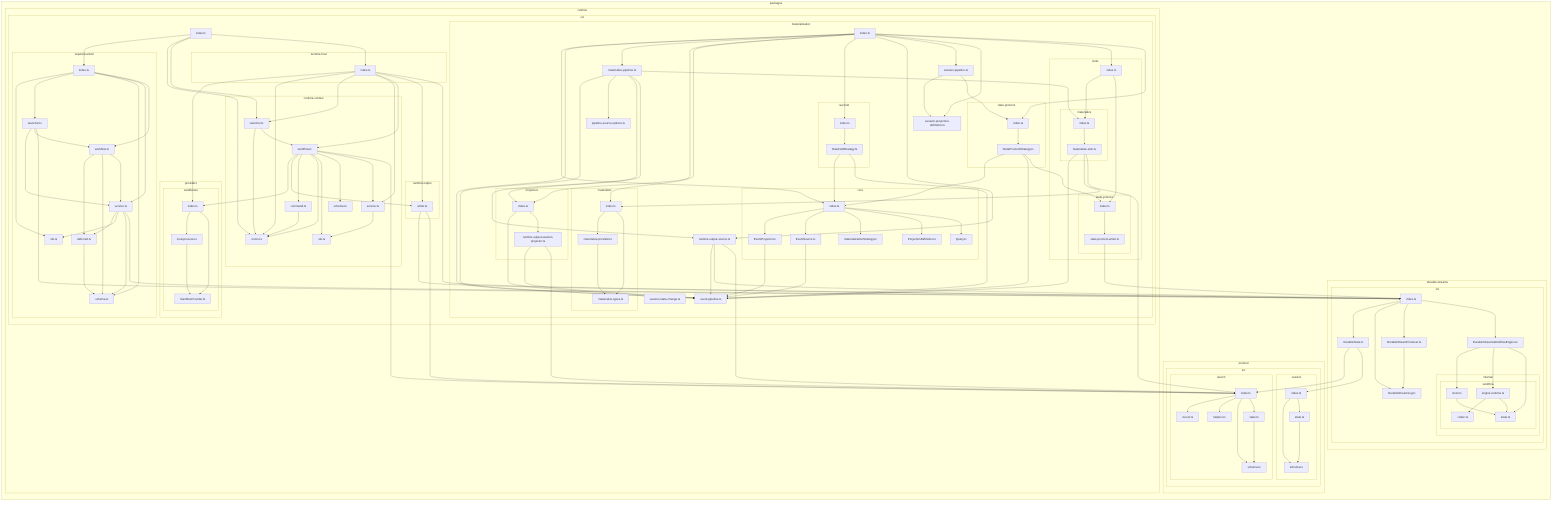
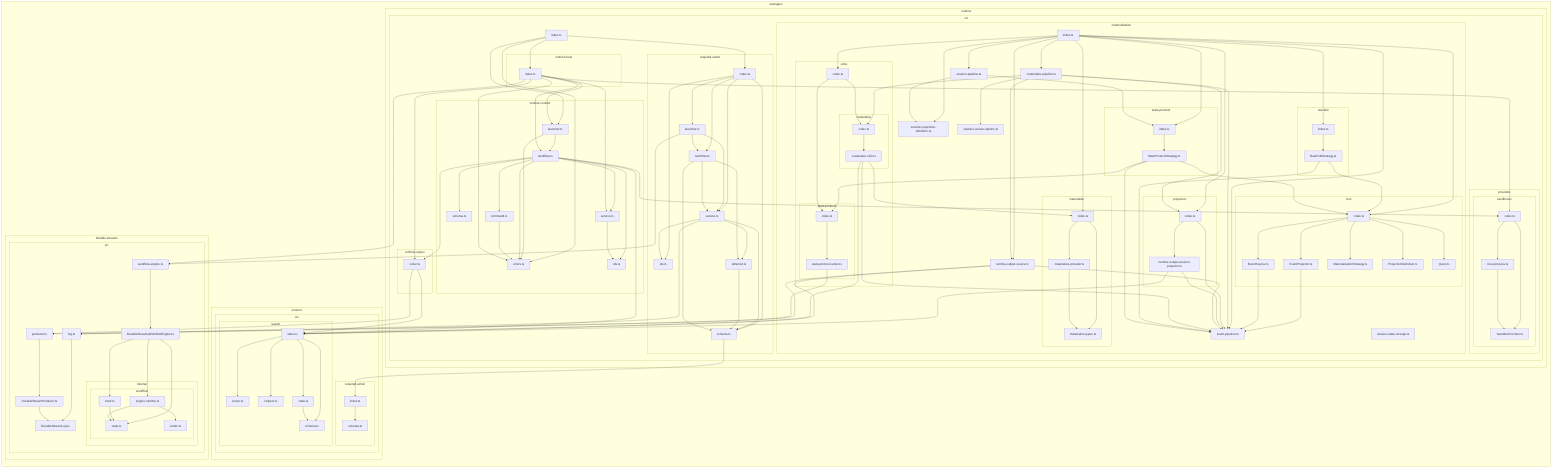
flowchart LR

subgraph 0["packages"]
subgraph 1["runtime"]
subgraph 2["src"]
3["index.ts"]
subgraph 4["required-action"]
5["index.ts"]
6["ids.ts"]
7["launcher.ts"]
8["service.ts"]
9["deferred.ts"]
A["schema.ts"]
- 10["workflow.ts"]
- end
- subgraph 11["runtime-context"]
- 12["errors.ts"]
- 13["launcher.ts"]
- 14["workflow.ts"]
+ K["workflow.ts"]
+ end
+ subgraph T["runtime-context"]
+ U["errors.ts"]
+ V["launcher.ts"]
+ W["workflow.ts"]
1C["command.ts"]
1D["ids.ts"]
1E["schema.ts"]
1F["service.ts"]
end
- subgraph 15["providers"]
- subgraph 16["sandboxes"]
- 17["index.ts"]
- 18["local-process.ts"]
- 19["SandboxProvider.ts"]
- end
- end
- subgraph 1A["runtime-output"]
- 1B["writer.ts"]
+ subgraph X["providers"]
+ subgraph Y["sandboxes"]
+ Z["index.ts"]
+ 10["local-process.ts"]
+ 11["SandboxProvider.ts"]
+ end
+ end
+ subgraph 12["runtime-output"]
+ 13["writer.ts"]
end
subgraph 1G["runtime-host"]
1H["index.ts"]
end
subgraph 1I["materialization"]
subgraph 1J["core"]
1K["EventProjector.ts"]
1M["EventSource.ts"]
1N["MaterializationStrategy.ts"]
1O["ProjectionDefinition.ts"]
1P["Query.ts"]
1Q["index.ts"]
end
1L["event-pipeline.ts"]
1R["index.ts"]
1S["materialize-pipeline.ts"]
1T["pipeline-source-options.ts"]
subgraph 1U["projectors"]
1V["index.ts"]
1W["runtime-output-session-projector.ts"]
end
1X["runtime-output-source.ts"]
subgraph 1Y["sinks"]
subgraph 1Z["materialize"]
20["index.ts"]
21["materialize-sink.ts"]
end
subgraph 2E["state-protocol"]
2F["index.ts"]
2G["state-protocol-writer.ts"]
end
2H["index.ts"]
end
subgraph 22["materialize"]
23["index.ts"]
24["materialize-provider.ts"]
25["materialize-types.ts"]
end
subgraph 26["raw-fold"]
27["index.ts"]
28["RawFoldStrategy.ts"]
end
29["session-pipeline.ts"]
2A["session-projection-definition.ts"]
subgraph 2B["state-protocol"]
2C["index.ts"]
2D["StateProtocolStrategy.ts"]
end
2I["session-state-change.ts"]
end
end
end
- subgraph B["durable-streams"]
+ subgraph B["protocol"]
subgraph C["src"]
- D["index.ts"]
- E["DurableState.ts"]
- R["DurableStreamLog.ts"]
- S["DurableStreamProducer.ts"]
- T["DurableStreamsWorkflowEngine.ts"]
- subgraph U["internal"]
- subgraph V["workflow"]
- W["clock.ts"]
- X["state.ts"]
- Y["engine-runtime.ts"]
- Z["codec.ts"]
- end
- end
- end
- end
- subgraph F["protocol"]
- subgraph G["src"]
- subgraph H["launch"]
- I["index.ts"]
- J["cursor.ts"]
- K["helpers.ts"]
- L["schema.ts"]
- M["state.ts"]
- end
- subgraph N["session"]
- O["index.ts"]
- P["schema.ts"]
+ subgraph D["required-action"]
+ E["index.ts"]
+ F["schema.ts"]
+ end
+ subgraph 16["launch"]
+ 17["index.ts"]
+ 18["cursor.ts"]
+ 19["helpers.ts"]
+ 1A["schema.ts"]
+ 1B["state.ts"]
+ end
+ end
+ end
+ subgraph G["durable-streams"]
+ subgraph H["src"]
+ I["log.ts"]
+ J["DurableStreamLog.ts"]
+ L["workflow-engine.ts"]
+ M["DurableStreamsWorkflowEngine.ts"]
+ subgraph N["internal"]
+ subgraph O["workflow"]
+ P["clock.ts"]
Q["state.ts"]
- end
+ R["engine-runtime.ts"]
+ S["codec.ts"]
+ end
+ end
+ 14["producer.ts"]
+ 15["DurableStreamProducer.ts"]
end
end
end
3-->5
- 3-->12
- 3-->13
+ 3-->U
+ 3-->V
3-->1H
5-->6
5-->7
5-->A
5-->8
- 5-->10
+ 5-->K
7-->8
- 7-->10
- 7-->D
+ 7-->K
+ 7-->L
8-->9
8-->6
8-->A
- 8-->D
+ 8-->I
9-->A
- D-->E
- D-->R
- D-->S
- D-->T
- E-->I
- E-->O
+ A-->E
+ E-->F
I-->J
- I-->K
- I-->L
- I-->M
- M-->L
- O-->P
- O-->Q
- Q-->P
- S-->R
- T-->W
- T-->Y
- T-->X
- W-->X
- Y-->Z
- Y-->X
- 10-->9
- 10-->A
- 10-->8
- 13-->12
+ K-->9
+ K-->A
+ K-->8
+ L-->M
+ M-->P
+ M-->R
+ M-->Q
+ P-->Q
+ R-->S
+ R-->Q
+ V-->U
+ V-->W
+ W-->Z
+ W-->13
+ W-->1C
+ W-->U
+ W-->1D
+ W-->1E
+ W-->1F
+ W-->17
+ Z-->10
+ Z-->11
+ 10-->11
13-->14
- 14-->17
- 14-->1B
- 14-->1C
- 14-->12
- 14-->1D
- 14-->1E
- 14-->1F
- 14-->I
+ 13-->17
+ 14-->15
+ 15-->J
17-->18
17-->19
- 18-->19
- 1B-->D
- 1B-->I
- 1C-->12
+ 17-->1A
+ 17-->1B
+ 1B-->1A
+ 1C-->U
1F-->1D
- 1H-->17
- 1H-->12
+ 1H-->Z
+ 1H-->U
+ 1H-->V
+ 1H-->1F
+ 1H-->W
1H-->13
- 1H-->1F
- 1H-->14
- 1H-->1B
- 1H-->D
+ 1H-->L
1K-->1L
1M-->1L
1Q-->1K
1Q-->1M
1Q-->1N
1Q-->1O
1Q-->1P
1R-->1Q
1R-->1L
1R-->1S
1R-->23
1R-->1V
1R-->27
1R-->1X
1R-->29
1R-->2A
1R-->2H
1R-->2C
1S-->1L
1S-->1T
1S-->1V
1S-->1X
1S-->20
1V-->1L
1V-->1W
1W-->1L
- 1W-->I
+ 1W-->17
1X-->1L
- 1X-->D
1X-->I
+ 1X-->17
20-->21
21-->1L
21-->23
- 21-->I
+ 21-->17
23-->24
23-->25
24-->25
27-->28
28-->1Q
28-->1L
29-->2A
29-->2C
2C-->2D
2D-->1Q
2D-->1L
2D-->2F
2F-->2G
- 2G-->D
+ 2G-->14
2H-->20
2H-->2F
